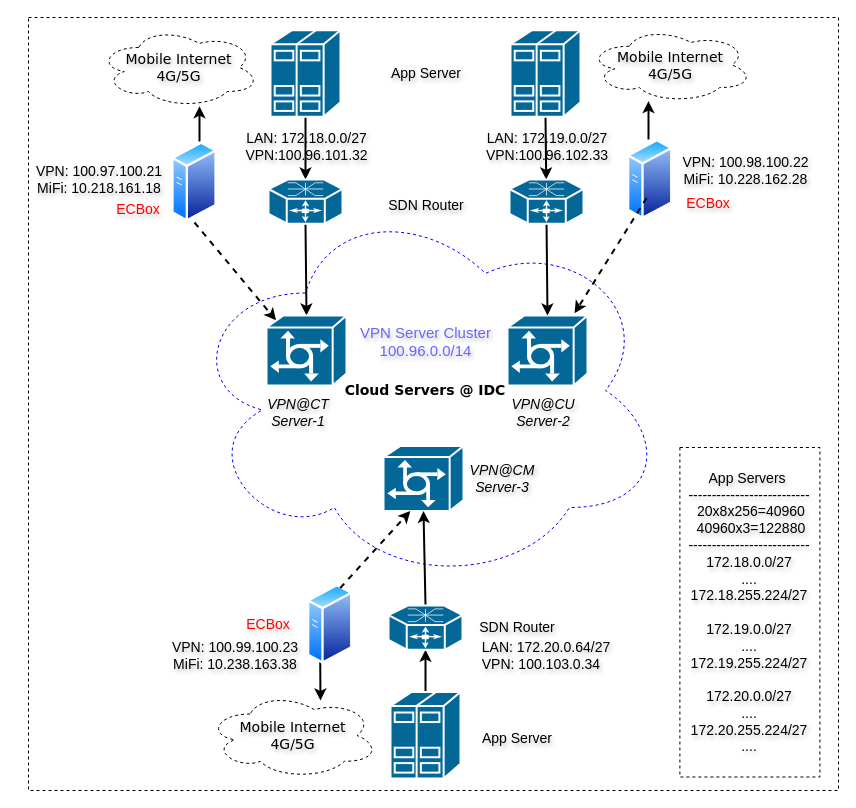
This is Untitled Diagram.drawio from nxtreaming/andy_study, a draw.io file, before an edit. Source tidied: cells renumbered, new cells numbered last; positions are measured from the earlier drawing's top-left corner, leaving out a move shared by most shapes. Both pictures are drawn from the tidied source at 100%, with x=0, y=0 at pixel (28, 17).
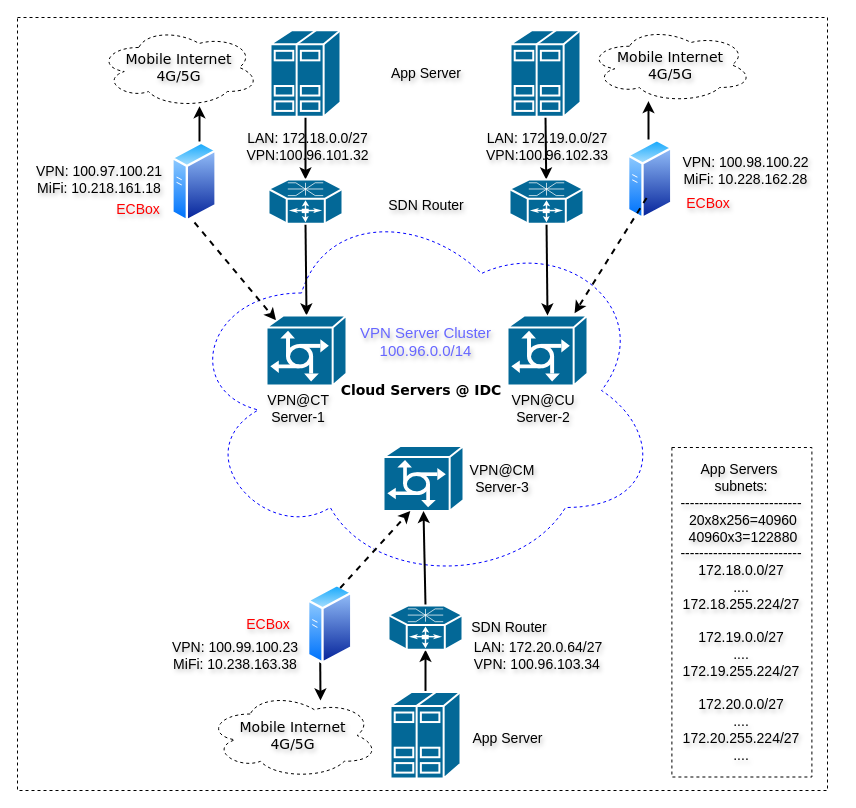
The same diagram, later.

What changed in the source:
```diff
@@
     <mxCell id="2" style="whiteSpace=wrap;html=1;fontColor=#0000FF;dashed=1;strokeWidth=1;" parent="1" vertex="1">
-      <mxGeometry width="810" height="773" as="geometry" />
+      <mxGeometry x="-11" width="810" height="773" as="geometry" />
     </mxCell>
     <mxCell id="3" value="&lt;font color=&quot;#000000&quot; style=&quot;font-size: 14px;&quot;&gt;&lt;b style=&quot;&quot;&gt;Cloud Servers @ IDC&lt;/b&gt;&lt;/font&gt;" style="ellipse;shape=cloud;whiteSpace=wrap;html=1;rounded=0;shadow=0;comic=0;strokeWidth=1;fontFamily=Verdana;fontSize=12;fontColor=#9933FF;dashed=1;strokeColor=#0000FF;" parent="1" vertex="1">
-      <mxGeometry x="157" y="178" width="480" height="390" as="geometry" />
+      <mxGeometry x="153" y="178" width="480" height="390" as="geometry" />
     </mxCell>
@@
-    <mxCell id="11" value="&lt;font style=&quot;font-size: 14px;&quot;&gt;&lt;i style=&quot;&quot;&gt;VPN@CT Server-1&lt;/i&gt;&lt;/font&gt;" style="text;strokeColor=none;align=center;fillColor=#FFFFFF;html=1;verticalAlign=middle;whiteSpace=wrap;rounded=0;fontColor=#000000;textShadow=1;" parent="1" vertex="1">
-      <mxGeometry x="240" y="380" width="60" height="30" as="geometry" />
+    <mxCell id="11" value="&lt;font style=&quot;font-size: 14px;&quot;&gt;&lt;span style=&quot;&quot;&gt;VPN@CT Server-1&lt;/span&gt;&lt;/font&gt;" style="text;strokeColor=none;align=center;fillColor=#FFFFFF;html=1;verticalAlign=middle;whiteSpace=wrap;rounded=0;fontColor=#000000;textShadow=1;fontStyle=0;" parent="1" vertex="1">
+      <mxGeometry x="240" y="376" width="60" height="30" as="geometry" />
     </mxCell>
-    <mxCell id="12" value="&lt;font style=&quot;font-size: 14px;&quot;&gt;&lt;i&gt;VPN@CM Server-3&lt;/i&gt;&lt;/font&gt;" style="text;strokeColor=none;align=center;fillColor=#FFFFFF;html=1;verticalAlign=middle;whiteSpace=wrap;rounded=0;fontColor=#000000;textShadow=1;" parent="1" vertex="1">
+    <mxCell id="12" value="&lt;font style=&quot;font-size: 14px;&quot;&gt;&lt;span&gt;VPN@CM Server-3&lt;/span&gt;&lt;/font&gt;" style="text;strokeColor=none;align=center;fillColor=#FFFFFF;html=1;verticalAlign=middle;whiteSpace=wrap;rounded=0;fontColor=#000000;textShadow=1;fontStyle=0;" parent="1" vertex="1">
       <mxGeometry x="444" y="446" width="60" height="30" as="geometry" />
     </mxCell>
-    <mxCell id="13" value="&lt;font style=&quot;font-size: 14px;&quot;&gt;&lt;i style=&quot;&quot;&gt;VPN@CU Server-2&lt;/i&gt;&lt;/font&gt;" style="text;strokeColor=none;align=center;fillColor=#FFFFFF;html=1;verticalAlign=middle;whiteSpace=wrap;rounded=0;fontColor=#000000;textShadow=1;" parent="1" vertex="1">
-      <mxGeometry x="485" y="380" width="60" height="30" as="geometry" />
+    <mxCell id="13" value="&lt;font style=&quot;font-size: 14px;&quot;&gt;&lt;span style=&quot;&quot;&gt;VPN@CU Server-2&lt;/span&gt;&lt;/font&gt;" style="text;strokeColor=none;align=center;fillColor=#FFFFFF;html=1;verticalAlign=middle;whiteSpace=wrap;rounded=0;fontColor=#000000;textShadow=1;fontStyle=0;" parent="1" vertex="1">
+      <mxGeometry x="485" y="376" width="60" height="30" as="geometry" />
     </mxCell>
@@
     <mxCell id="33" value="&lt;span style=&quot;font-size: 14px; background-color: initial;&quot;&gt;SDN Router&lt;/span&gt;" style="text;strokeColor=none;align=center;fillColor=#FFFFFF;html=1;verticalAlign=middle;whiteSpace=wrap;rounded=0;fontColor=#000000;textShadow=1;" parent="1" vertex="1">
-      <mxGeometry x="444" y="595.2" width="90" height="30" as="geometry" />
+      <mxGeometry x="436" y="595.2" width="90" height="30" as="geometry" />
     </mxCell>
     <mxCell id="34" value="&lt;font style=&quot;font-size: 14px;&quot;&gt;App Server&lt;/font&gt;" style="text;strokeColor=none;align=center;fillColor=#FFFFFF;html=1;verticalAlign=middle;whiteSpace=wrap;rounded=0;textShadow=1;" parent="1" vertex="1">
-      <mxGeometry x="439" y="706" width="100" height="30" as="geometry" />
+      <mxGeometry x="439" y="706" width="81" height="30" as="geometry" />
     </mxCell>
-    <mxCell id="35" value="&lt;div style=&quot;font-size: 14px;&quot;&gt;&lt;font style=&quot;font-size: 14px;&quot;&gt;&lt;span style=&quot;background-color: initial;&quot;&gt;App Servers&amp;nbsp;&lt;/span&gt;&lt;br&gt;&lt;/font&gt;&lt;/div&gt;&lt;div style=&quot;font-size: 14px;&quot;&gt;&lt;font style=&quot;font-size: 14px;&quot;&gt;--------------------------&lt;/font&gt;&lt;/div&gt;&lt;div style=&quot;font-size: 14px;&quot;&gt;&lt;font style=&quot;font-size: 14px;&quot;&gt;&amp;nbsp;20x8x256=40960&lt;/font&gt;&lt;/div&gt;&lt;div style=&quot;font-size: 14px;&quot;&gt;&lt;font style=&quot;font-size: 14px;&quot;&gt;&amp;nbsp; 40960x3=12288&lt;/font&gt;&lt;span style=&quot;background-color: initial;&quot;&gt;0&amp;nbsp;&lt;/span&gt;&lt;/div&gt;&lt;div style=&quot;font-size: 14px;&quot;&gt;&lt;span style=&quot;background-color: initial;&quot;&gt;&lt;font style=&quot;font-size: 14px;&quot;&gt;--------------------------&lt;/font&gt;&lt;/span&gt;&lt;/div&gt;&lt;div style=&quot;font-size: 14px;&quot;&gt;&lt;span style=&quot;background-color: initial;&quot;&gt;&lt;font style=&quot;font-size: 14px;&quot;&gt;172.18.0.0/27&lt;/font&gt;&lt;/span&gt;&lt;/div&gt;&lt;div style=&quot;font-size: 14px;&quot;&gt;&lt;span style=&quot;background-color: initial;&quot;&gt;&lt;font style=&quot;font-size: 14px;&quot;&gt;....&lt;/font&gt;&lt;/span&gt;&lt;/div&gt;&lt;div style=&quot;font-size: 14px;&quot;&gt;&lt;span style=&quot;background-color: initial;&quot;&gt;&lt;font style=&quot;font-size: 14px;&quot;&gt;172.18.255.224/27&lt;/font&gt;&lt;/span&gt;&lt;/div&gt;&lt;div style=&quot;font-size: 14px;&quot;&gt;&lt;span style=&quot;background-color: initial;&quot;&gt;&lt;font style=&quot;font-size: 14px;&quot;&gt;&lt;br&gt;&lt;/font&gt;&lt;/span&gt;&lt;/div&gt;&lt;div style=&quot;font-size: 14px;&quot;&gt;&lt;span style=&quot;background-color: initial;&quot;&gt;&lt;font style=&quot;font-size: 14px;&quot;&gt;172.19.0.0/27&lt;/font&gt;&lt;/span&gt;&lt;/div&gt;&lt;div style=&quot;font-size: 14px;&quot;&gt;&lt;span style=&quot;background-color: initial;&quot;&gt;&lt;font style=&quot;font-size: 14px;&quot;&gt;....&lt;/font&gt;&lt;/span&gt;&lt;/div&gt;&lt;div style=&quot;font-size: 14px;&quot;&gt;&lt;span style=&quot;background-color: initial;&quot;&gt;&lt;font style=&quot;font-size: 14px;&quot;&gt;172.19.255.224/27&lt;/font&gt;&lt;/span&gt;&lt;/div&gt;&lt;div style=&quot;font-size: 14px;&quot;&gt;&lt;span style=&quot;background-color: initial;&quot;&gt;&lt;font style=&quot;font-size: 14px;&quot;&gt;&lt;br&gt;&lt;/font&gt;&lt;/span&gt;&lt;/div&gt;&lt;div style=&quot;font-size: 14px;&quot;&gt;&lt;font style=&quot;font-size: 14px;&quot;&gt;172.20.0.0/27&lt;/font&gt;&lt;/div&gt;&lt;div style=&quot;font-size: 14px;&quot;&gt;&lt;font style=&quot;font-size: 14px;&quot;&gt;....&lt;/font&gt;&lt;/div&gt;&lt;div style=&quot;font-size: 14px;&quot;&gt;&lt;font style=&quot;font-size: 14px;&quot;&gt;172.20.255.224/27&lt;/font&gt;&lt;/div&gt;&lt;div style=&quot;font-size: 14px;&quot;&gt;&lt;font style=&quot;font-size: 14px;&quot;&gt;....&lt;/font&gt;&lt;/div&gt;" style="whiteSpace=wrap;html=1;strokeColor=#000000;dashed=1;strokeWidth=1;textShadow=1;" parent="1" vertex="1">
-      <mxGeometry x="651.4" y="430" width="140" height="329.5" as="geometry" />
+    <mxCell id="35" value="&lt;div style=&quot;font-size: 14px;&quot;&gt;&lt;font style=&quot;font-size: 14px;&quot;&gt;&lt;span style=&quot;background-color: initial;&quot;&gt;App Servers&amp;nbsp;&lt;/span&gt;&lt;br&gt;&lt;/font&gt;&lt;/div&gt;&lt;div style=&quot;font-size: 14px;&quot;&gt;subnets:&lt;/div&gt;&lt;div style=&quot;font-size: 14px;&quot;&gt;&lt;font style=&quot;font-size: 14px;&quot;&gt;--------------------------&lt;/font&gt;&lt;/div&gt;&lt;div style=&quot;font-size: 14px;&quot;&gt;&lt;font style=&quot;font-size: 14px;&quot;&gt;&amp;nbsp;20x8x256=40960&lt;/font&gt;&lt;/div&gt;&lt;div style=&quot;font-size: 14px;&quot;&gt;&lt;font style=&quot;font-size: 14px;&quot;&gt;&amp;nbsp; 40960x3=12288&lt;/font&gt;&lt;span style=&quot;background-color: initial;&quot;&gt;0&amp;nbsp;&lt;/span&gt;&lt;/div&gt;&lt;div style=&quot;font-size: 14px;&quot;&gt;&lt;span style=&quot;background-color: initial;&quot;&gt;&lt;font style=&quot;font-size: 14px;&quot;&gt;--------------------------&lt;/font&gt;&lt;/span&gt;&lt;/div&gt;&lt;div style=&quot;font-size: 14px;&quot;&gt;&lt;span style=&quot;background-color: initial;&quot;&gt;&lt;font style=&quot;font-size: 14px;&quot;&gt;172.18.0.0/27&lt;/font&gt;&lt;/span&gt;&lt;/div&gt;&lt;div style=&quot;font-size: 14px;&quot;&gt;&lt;span style=&quot;background-color: initial;&quot;&gt;&lt;font style=&quot;font-size: 14px;&quot;&gt;....&lt;/font&gt;&lt;/span&gt;&lt;/div&gt;&lt;div style=&quot;font-size: 14px;&quot;&gt;&lt;span style=&quot;background-color: initial;&quot;&gt;&lt;font style=&quot;font-size: 14px;&quot;&gt;172.18.255.224/27&lt;/font&gt;&lt;/span&gt;&lt;/div&gt;&lt;div style=&quot;font-size: 14px;&quot;&gt;&lt;span style=&quot;background-color: initial;&quot;&gt;&lt;font style=&quot;font-size: 14px;&quot;&gt;&lt;br&gt;&lt;/font&gt;&lt;/span&gt;&lt;/div&gt;&lt;div style=&quot;font-size: 14px;&quot;&gt;&lt;span style=&quot;background-color: initial;&quot;&gt;&lt;font style=&quot;font-size: 14px;&quot;&gt;172.19.0.0/27&lt;/font&gt;&lt;/span&gt;&lt;/div&gt;&lt;div style=&quot;font-size: 14px;&quot;&gt;&lt;span style=&quot;background-color: initial;&quot;&gt;&lt;font style=&quot;font-size: 14px;&quot;&gt;....&lt;/font&gt;&lt;/span&gt;&lt;/div&gt;&lt;div style=&quot;font-size: 14px;&quot;&gt;&lt;span style=&quot;background-color: initial;&quot;&gt;&lt;font style=&quot;font-size: 14px;&quot;&gt;172.19.255.224/27&lt;/font&gt;&lt;/span&gt;&lt;/div&gt;&lt;div style=&quot;font-size: 14px;&quot;&gt;&lt;span style=&quot;background-color: initial;&quot;&gt;&lt;font style=&quot;font-size: 14px;&quot;&gt;&lt;br&gt;&lt;/font&gt;&lt;/span&gt;&lt;/div&gt;&lt;div style=&quot;font-size: 14px;&quot;&gt;&lt;font style=&quot;font-size: 14px;&quot;&gt;172.20.0.0/27&lt;/font&gt;&lt;/div&gt;&lt;div style=&quot;font-size: 14px;&quot;&gt;&lt;font style=&quot;font-size: 14px;&quot;&gt;....&lt;/font&gt;&lt;/div&gt;&lt;div style=&quot;font-size: 14px;&quot;&gt;&lt;font style=&quot;font-size: 14px;&quot;&gt;172.20.255.224/27&lt;/font&gt;&lt;/div&gt;&lt;div style=&quot;font-size: 14px;&quot;&gt;&lt;font style=&quot;font-size: 14px;&quot;&gt;....&lt;/font&gt;&lt;/div&gt;" style="whiteSpace=wrap;html=1;strokeColor=#000000;dashed=1;strokeWidth=1;textShadow=1;" parent="1" vertex="1">
+      <mxGeometry x="643.4" y="430" width="140" height="329.5" as="geometry" />
     </mxCell>
@@
     <mxCell id="37" value="&lt;font style=&quot;font-size: 14px;&quot;&gt;LAN: 172.18.0.0/27&lt;br&gt;&lt;div style=&quot;text-align: left;&quot;&gt;&lt;span style=&quot;background-color: initial;&quot;&gt;VPN:100.96.101.32&lt;/span&gt;&lt;/div&gt;&lt;/font&gt;" style="text;strokeColor=none;align=center;fillColor=none;html=1;verticalAlign=middle;whiteSpace=wrap;rounded=0;textShadow=1;" parent="1" vertex="1">
-      <mxGeometry x="215.5" y="114" width="125" height="30" as="geometry" />
+      <mxGeometry x="216.5" y="114" width="125" height="30" as="geometry" />
     </mxCell>
@@
-    <mxCell id="39" value="&lt;font style=&quot;font-size: 14px;&quot;&gt;LAN: 172.20.0.64/27&lt;br&gt;&lt;div style=&quot;text-align: left;&quot;&gt;&lt;span style=&quot;background-color: initial;&quot;&gt;VPN: 100.103.0.34&lt;/span&gt;&lt;/div&gt;&lt;/font&gt;" style="text;strokeColor=none;align=center;fillColor=none;html=1;verticalAlign=middle;whiteSpace=wrap;rounded=0;textShadow=1;" parent="1" vertex="1">
-      <mxGeometry x="448" y="622.5" width="140" height="30" as="geometry" />
+    <mxCell id="39" value="&lt;font style=&quot;font-size: 14px;&quot;&gt;LAN: 172.20.0.64/27&lt;br&gt;&lt;div style=&quot;text-align: left;&quot;&gt;&lt;span style=&quot;background-color: initial;&quot;&gt;VPN: 100.96.103.34&lt;/span&gt;&lt;/div&gt;&lt;/font&gt;" style="text;strokeColor=none;align=center;fillColor=none;html=1;verticalAlign=middle;whiteSpace=wrap;rounded=0;textShadow=1;" parent="1" vertex="1">
+      <mxGeometry x="440" y="622.5" width="140" height="30" as="geometry" />
     </mxCell>
```
